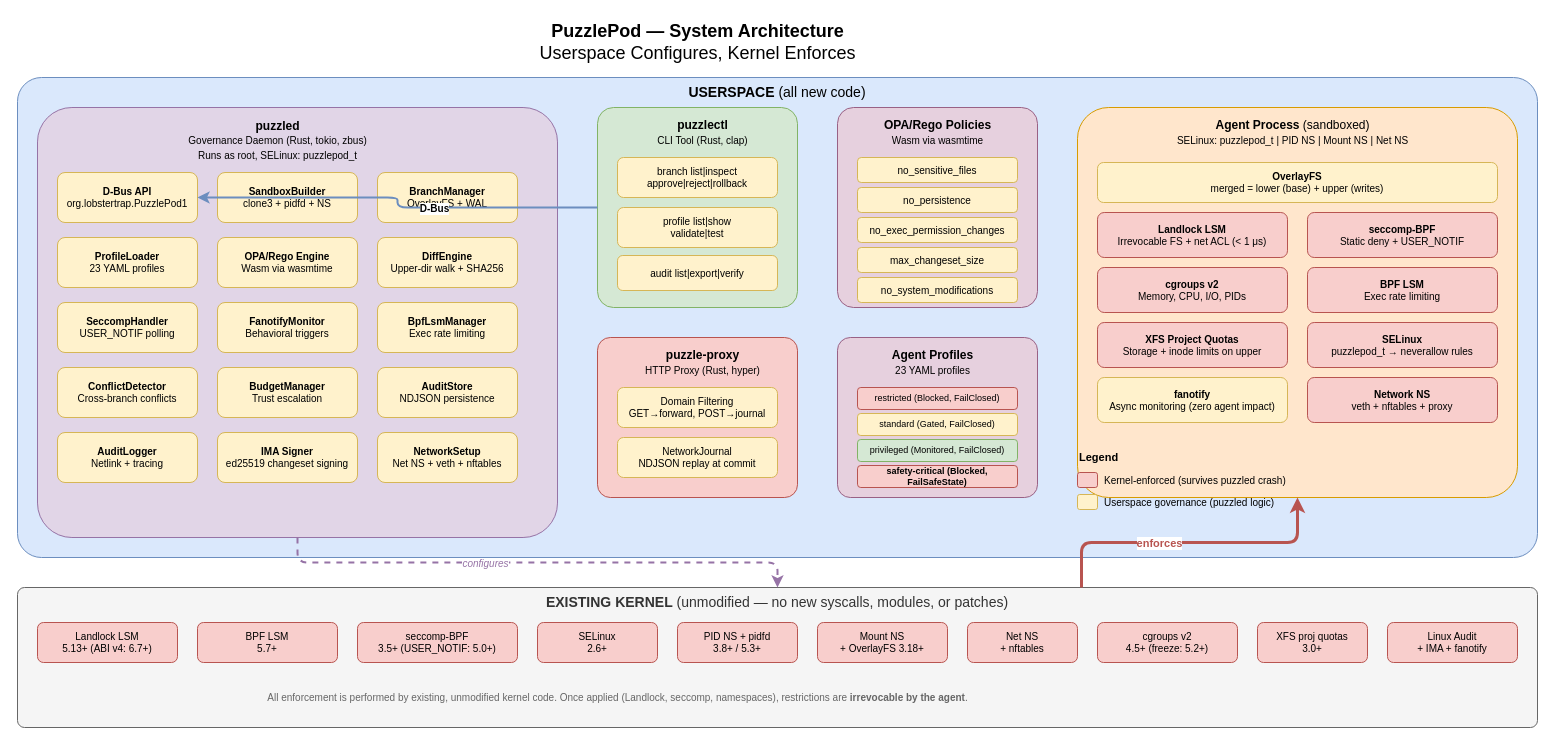
This is docs/diagrams/01-system-architecture.drawio from LobsterTrap/PuzzlePod, a draw.io file, before an edit. Source tidied: cells renumbered, new cells numbered last; positions are measured from the earlier drawing's top-left corner, leaving out a move shared by most shapes. Both pictures are drawn from the tidied source at 100%, with x=0, y=0 at pixel (17, 17).
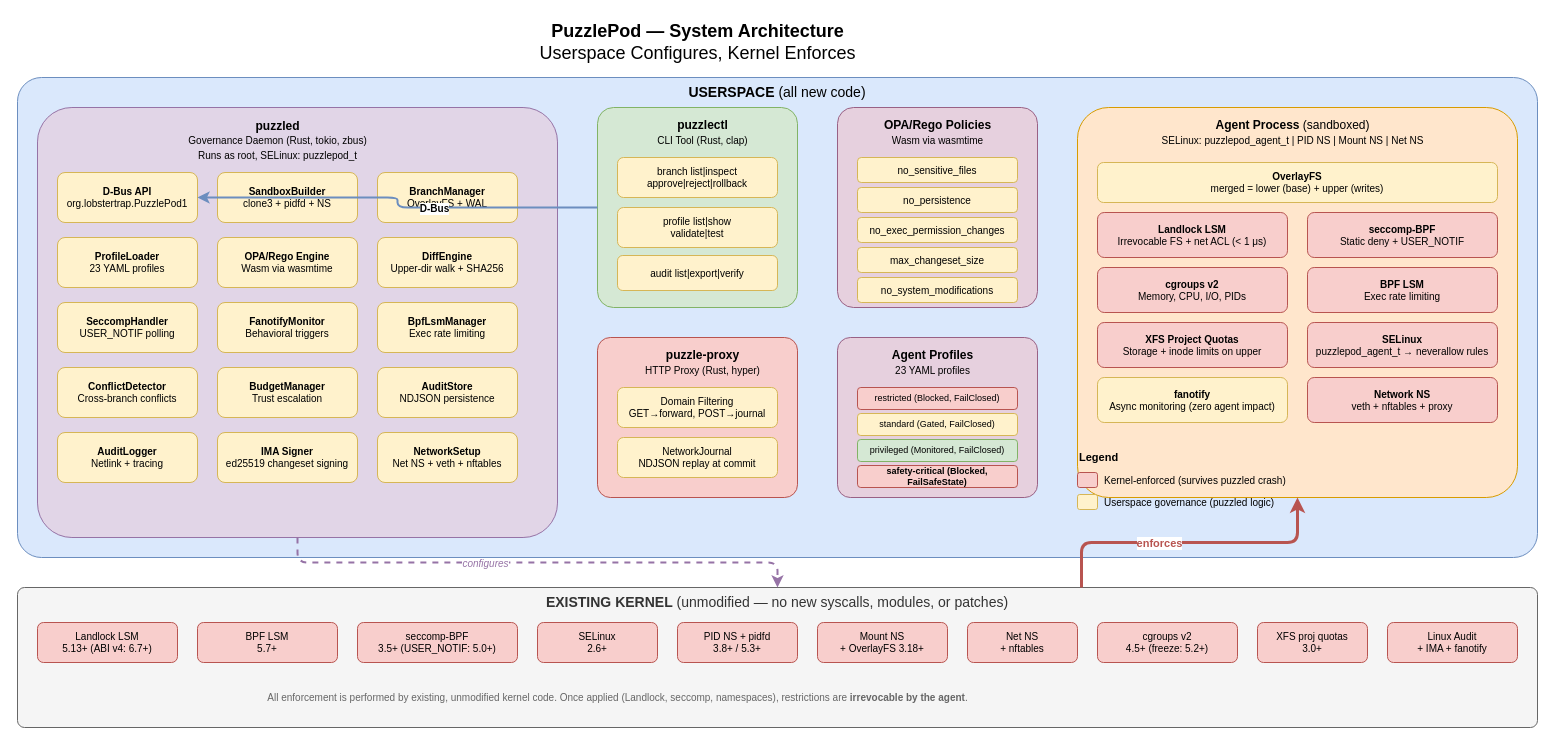
The same page after the edit.

Diff of the diagram source:
```diff
@@
-    <mxCell id="46" value="&lt;b&gt;Agent Process&lt;/b&gt; (sandboxed)&lt;br&gt;&lt;font size=&quot;1&quot;&gt;SELinux: puzzlepod_t | PID NS | Mount NS | Net NS&lt;/font&gt;" style="text;html=1;align=center;verticalAlign=middle;strokeColor=none;fillColor=none;fontSize=12;" parent="1" vertex="1">
+    <mxCell id="46" value="&lt;b&gt;Agent Process&lt;/b&gt; (sandboxed)&lt;br&gt;&lt;font size=&quot;1&quot;&gt;SELinux: puzzlepod_agent_t | PID NS | Mount NS | Net NS&lt;/font&gt;" style="text;html=1;align=center;verticalAlign=middle;strokeColor=none;fillColor=none;fontSize=12;" parent="1" vertex="1">
       <mxGeometry x="1120" y="95" width="310" height="40" as="geometry" />
     </mxCell>
@@
-    <mxCell id="53" value="&lt;b&gt;SELinux&lt;/b&gt;&lt;br&gt;puzzlepod_t → neverallow rules" style="rounded=1;whiteSpace=wrap;html=1;fillColor=#f8cecc;strokeColor=#b85450;fontSize=10;" parent="1" vertex="1">
+    <mxCell id="53" value="&lt;b&gt;SELinux&lt;/b&gt;&lt;br&gt;puzzlepod_agent_t → neverallow rules" style="rounded=1;whiteSpace=wrap;html=1;fillColor=#f8cecc;strokeColor=#b85450;fontSize=10;" parent="1" vertex="1">
       <mxGeometry x="1290" y="305" width="190" height="45" as="geometry" />
     </mxCell>
```
